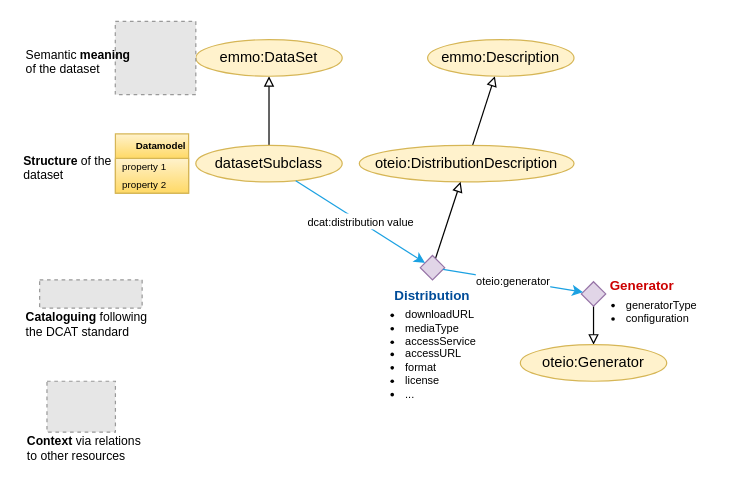
Above: page "Consumer" (3 of 13) of docs/figs/dataset.drawio in EMMC-ASBL/tripper (draw.io), before the change. Source tidied: cells renumbered, new cells numbered last; positions are measured from the earlier drawing's top-left corner, leaving out a move shared by most shapes. Both pictures are drawn from the tidied source at 122%, with x=0, y=0 at pixel (21, 21). Pictures stored in the file or linked from it are replaced by grey dashed boxes.
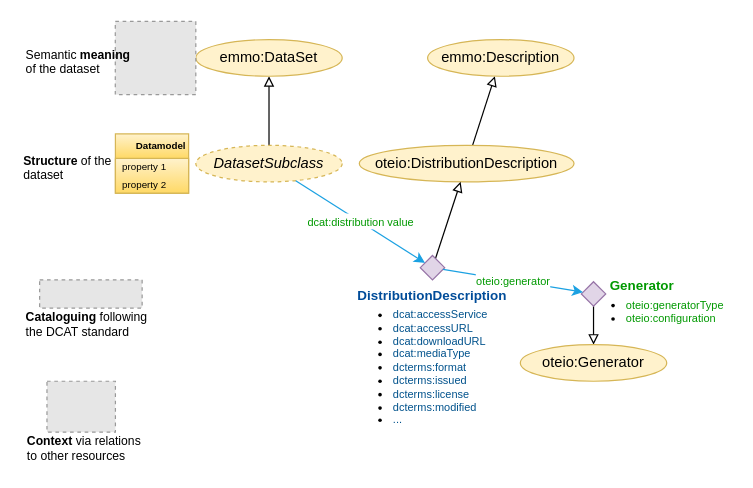
After the change.

Unchanged cells that the change refers to:
```xml
<mxCell id="8" style="rhombus;whiteSpace=wrap;html=1;fillColor=#e1d5e7;strokeColor=#9673a6;" parent="1" vertex="1">
  <mxGeometry x="327" y="191.9" width="20" height="20" as="geometry" />
</mxCell>
<mxCell id="25" style="rhombus;whiteSpace=wrap;html=1;fillColor=#e1d5e7;strokeColor=#9673a6;" parent="1" vertex="1">
  <mxGeometry x="459" y="213.4" width="20" height="20" as="geometry" />
</mxCell>
```

Diff of the diagram source:
```diff
@@
-    <mxCell id="2" value="&lt;ul&gt;&lt;li&gt;&lt;font style=&quot;font-size: 9px;&quot;&gt;downloadURL&lt;/font&gt;&lt;/li&gt;&lt;li&gt;&lt;font style=&quot;font-size: 9px;&quot;&gt;mediaType&lt;/font&gt;&lt;/li&gt;&lt;li&gt;&lt;font style=&quot;font-size: 9px;&quot;&gt;accessService&lt;/font&gt;&lt;/li&gt;&lt;li&gt;&lt;font style=&quot;font-size: 9px;&quot;&gt;accessURL&lt;/font&gt;&lt;/li&gt;&lt;li&gt;&lt;span style=&quot;background-color: initial;&quot;&gt;format&lt;/span&gt;&lt;br&gt;&lt;/li&gt;&lt;li&gt;&lt;span style=&quot;background-color: initial;&quot;&gt;license&lt;/span&gt;&lt;br&gt;&lt;/li&gt;&lt;li&gt;&lt;font style=&quot;font-size: 9px;&quot;&gt;...&lt;/font&gt;&lt;/li&gt;&lt;/ul&gt;" style="text;html=1;align=left;verticalAlign=top;whiteSpace=wrap;rounded=0;fontFamily=Helvetica;fontSize=9;fontColor=default;labelBackgroundColor=none;" parent="1" vertex="1">
-      <mxGeometry x="273" y="220" width="100" height="100" as="geometry" />
-    </mxCell>
+    <mxCell id="32" value="&lt;ul&gt;&lt;li&gt;&lt;font color=&quot;#00528c&quot;&gt;dcat:accessService&lt;/font&gt;&lt;/li&gt;&lt;li&gt;&lt;font color=&quot;#00528c&quot;&gt;dcat:accessURL&lt;/font&gt;&lt;/li&gt;&lt;li&gt;&lt;font color=&quot;#00528c&quot; style=&quot;font-size: 9px;&quot;&gt;dcat:downloadURL&lt;/font&gt;&lt;/li&gt;&lt;li&gt;&lt;font color=&quot;#00528c&quot; style=&quot;font-size: 9px;&quot;&gt;dcat:mediaType&lt;/font&gt;&lt;/li&gt;&lt;li&gt;&lt;span style=&quot;background-color: initial; color: rgb(0, 82, 140);&quot;&gt;dcterms:format&lt;/span&gt;&lt;br&gt;&lt;/li&gt;&lt;li&gt;&lt;font color=&quot;#00528c&quot;&gt;dcterms:issued&lt;/font&gt;&lt;/li&gt;&lt;li&gt;&lt;font color=&quot;#00528c&quot;&gt;&lt;span style=&quot;background-color: initial;&quot;&gt;dcterms:license&lt;/span&gt;&lt;br&gt;&lt;/font&gt;&lt;/li&gt;&lt;li&gt;&lt;span style=&quot;background-color: initial; color: rgb(0, 82, 140);&quot;&gt;dcterms:modified&lt;/span&gt;&lt;br&gt;&lt;/li&gt;&lt;li&gt;&lt;span style=&quot;color: rgb(0, 82, 140); background-color: initial;&quot;&gt;...&lt;/span&gt;&lt;br&gt;&lt;/li&gt;&lt;/ul&gt;" style="text;html=1;align=left;verticalAlign=top;whiteSpace=wrap;rounded=0;fontFamily=Helvetica;fontSize=9;fontColor=default;labelBackgroundColor=none;" parent="1" vertex="1">
+      <mxGeometry x="263" y="219.8" width="130" height="115" as="geometry" />
+    </mxCell>
@@
-    <mxCell id="4" value="datasetSubclass" style="ellipse;whiteSpace=wrap;html=1;fillColor=#fff2cc;strokeColor=#d6b656;" parent="1" vertex="1">
+    <mxCell id="4" value="&lt;i&gt;DatasetSubclass&lt;/i&gt;" style="ellipse;whiteSpace=wrap;html=1;fillColor=#fff2cc;strokeColor=#d6b656;dashed=1;" parent="1" vertex="1">
       <mxGeometry x="143" y="101.6" width="120" height="30" as="geometry" />
     </mxCell>
@@
-    <mxCell id="9" value="&lt;b style=&quot;&quot;&gt;&lt;font color=&quot;#004c99&quot;&gt;Distribution&lt;/font&gt;&lt;/b&gt;" style="text;html=1;align=center;verticalAlign=middle;whiteSpace=wrap;rounded=0;fontFamily=Helvetica;fontSize=11;fontColor=default;labelBackgroundColor=none;" parent="1" vertex="1">
+    <mxCell id="9" value="&lt;b style=&quot;&quot;&gt;&lt;font color=&quot;#004c99&quot;&gt;DistributionDescription&lt;/font&gt;&lt;/b&gt;" style="text;html=1;align=center;verticalAlign=middle;whiteSpace=wrap;rounded=0;fontFamily=Helvetica;fontSize=11;fontColor=default;labelBackgroundColor=none;" parent="1" vertex="1">
       <mxGeometry x="307" y="220" width="60" height="10" as="geometry" />
     </mxCell>
@@
-    <mxCell id="11" value="&lt;ul&gt;&lt;li&gt;generatorType&lt;/li&gt;&lt;li&gt;&lt;span style=&quot;background-color: initial;&quot;&gt;configuration&lt;/span&gt;&lt;br&gt;&lt;/li&gt;&lt;/ul&gt;" style="text;html=1;align=left;verticalAlign=top;whiteSpace=wrap;rounded=0;fontFamily=Helvetica;fontSize=9;fontColor=default;labelBackgroundColor=none;" parent="1" vertex="1">
-      <mxGeometry x="454" y="211.9" width="90" height="50" as="geometry" />
+    <mxCell id="11" value="&lt;ul&gt;&lt;li&gt;&lt;font color=&quot;#009900&quot;&gt;oteio:generatorType&lt;/font&gt;&lt;/li&gt;&lt;li&gt;&lt;span style=&quot;background-color: initial;&quot;&gt;&lt;font color=&quot;#009900&quot;&gt;oteio:configuration&lt;/font&gt;&lt;/span&gt;&lt;br&gt;&lt;/li&gt;&lt;/ul&gt;" style="text;html=1;align=left;verticalAlign=top;whiteSpace=wrap;rounded=0;fontFamily=Helvetica;fontSize=9;fontColor=default;labelBackgroundColor=none;" parent="1" vertex="1">
+      <mxGeometry x="454" y="211.9" width="129" height="50" as="geometry" />
     </mxCell>
@@
-    <mxCell id="26" value="&lt;font style=&quot;font-size: 9px;&quot;&gt;oteio:generator&lt;/font&gt;" style="shape=connector;rounded=0;jettySize=auto;html=1;strokeColor=#1BA1E2;align=center;verticalAlign=middle;fontFamily=Helvetica;fontSize=11;fontColor=default;labelBackgroundColor=default;endArrow=classic;endFill=1;" parent="1" edge="1" source="8" target="25">
+    <mxCell id="26" value="&lt;font color=&quot;#009900&quot; style=&quot;font-size: 9px;&quot;&gt;oteio:generator&lt;/font&gt;" style="shape=connector;rounded=0;jettySize=auto;html=1;strokeColor=#1BA1E2;align=center;verticalAlign=middle;fontFamily=Helvetica;fontSize=11;fontColor=default;labelBackgroundColor=default;endArrow=classic;endFill=1;" parent="1" edge="1" source="8" target="25">
       <mxGeometry relative="1" as="geometry" />
     </mxCell>
-    <mxCell id="27" value="&lt;b&gt;&lt;font color=&quot;#cc0000&quot;&gt;Generator&lt;/font&gt;&lt;/b&gt;" style="text;html=1;align=center;verticalAlign=middle;whiteSpace=wrap;rounded=0;fontFamily=Helvetica;fontSize=11;fontColor=default;labelBackgroundColor=none;" parent="1" vertex="1">
+    <mxCell id="27" value="&lt;b&gt;&lt;font color=&quot;#009900&quot;&gt;Generator&lt;/font&gt;&lt;/b&gt;" style="text;html=1;align=center;verticalAlign=middle;whiteSpace=wrap;rounded=0;fontFamily=Helvetica;fontSize=11;fontColor=default;labelBackgroundColor=none;" parent="1" vertex="1">
       <mxGeometry x="479" y="211.9" width="60" height="10" as="geometry" />
     </mxCell>
@@
-    <mxCell id="30" value="&lt;span style=&quot;font-size: 9px;&quot;&gt;dcat:distribution value&lt;/span&gt;" style="shape=connector;rounded=0;jettySize=auto;html=1;strokeColor=#1BA1E2;align=center;verticalAlign=middle;fontFamily=Helvetica;fontSize=11;fontColor=default;labelBackgroundColor=default;endArrow=classic;endFill=1;" parent="1" edge="1" source="4" target="8">
+    <mxCell id="30" value="&lt;span style=&quot;font-size: 9px;&quot;&gt;&lt;font color=&quot;#009900&quot;&gt;dcat:distribution value&lt;/font&gt;&lt;/span&gt;" style="shape=connector;rounded=0;jettySize=auto;html=1;strokeColor=#1BA1E2;align=center;verticalAlign=middle;fontFamily=Helvetica;fontSize=11;fontColor=default;labelBackgroundColor=default;endArrow=classic;endFill=1;" parent="1" edge="1" source="4" target="8">
       <mxGeometry relative="1" as="geometry" />
     </mxCell>
```
